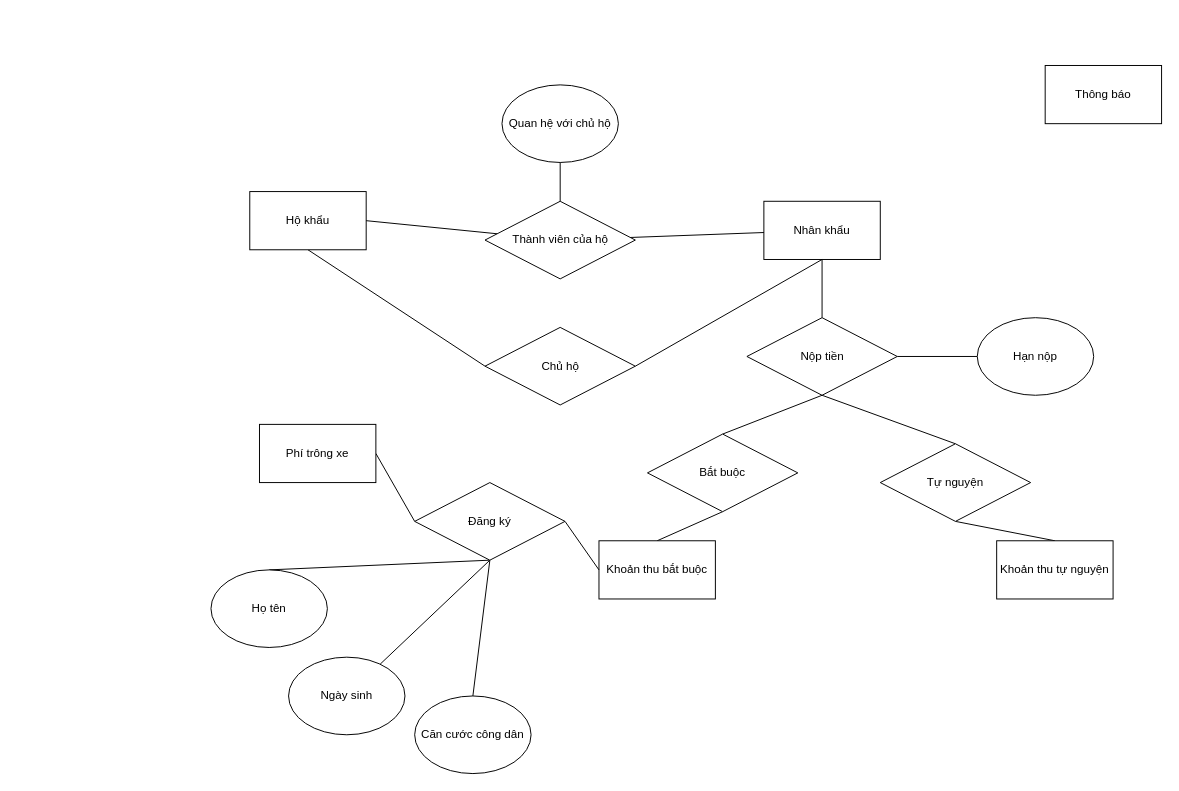
This is ERD.drawio from HARKINGS/UML, a draw.io file, before an edit. Source tidied: cells renumbered, new cells numbered last; positions are measured from the earlier drawing's top-left corner, leaving out a move shared by most shapes. Both pictures are drawn from the tidied source at 97%, with x=0, y=0 at pixel (210, 65).
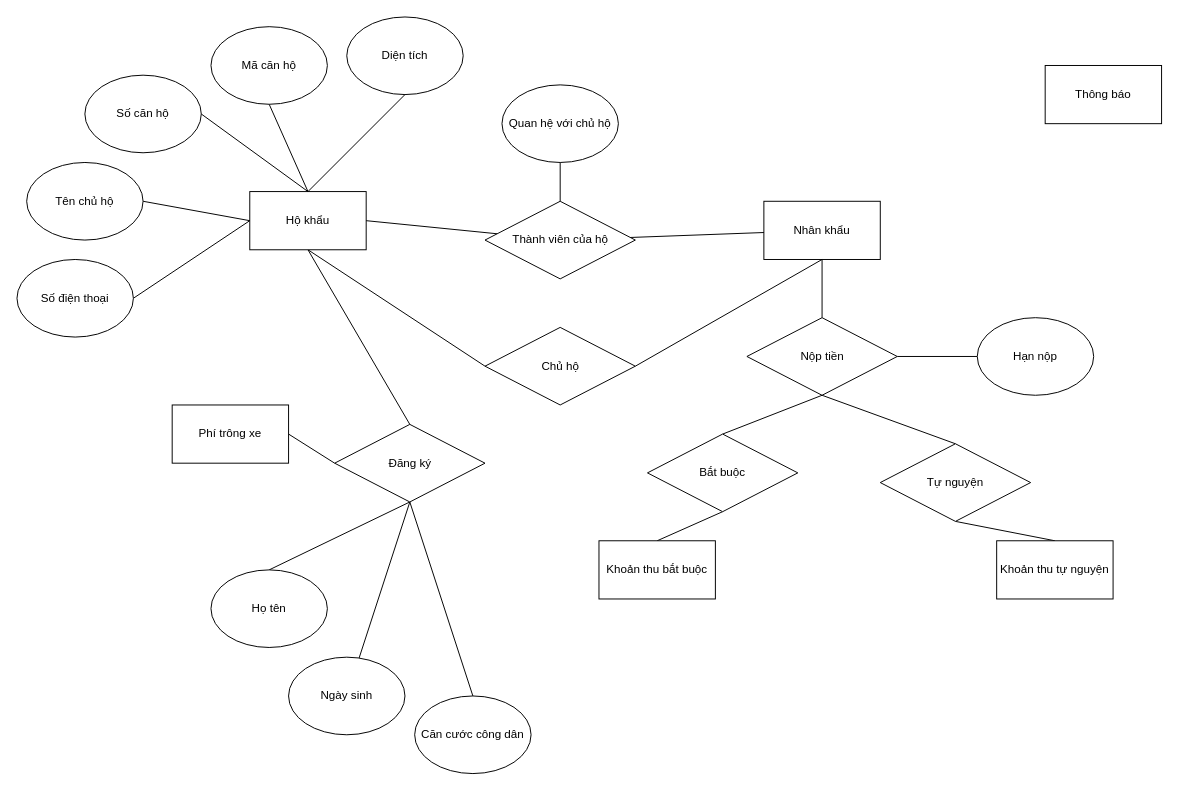
After the change.

Commit message (it also covers changes not shown here):
Cập nhật ERD.drawio

The change refers to these unchanged cells:
```xml
<mxCell id="3" value="Khoản thu bắt buộc" style="rounded=0;whiteSpace=wrap;html=1;" parent="1" vertex="1">
  <mxGeometry x="400" y="490" width="120" height="60" as="geometry" />
</mxCell>
<mxCell id="9" value="Hộ khẩu" style="rounded=0;whiteSpace=wrap;html=1;" parent="1" vertex="1">
  <mxGeometry x="40" y="130" width="120" height="60" as="geometry" />
</mxCell>
```

Change to the diagram source:
```diff
@@
+    <mxCell id="35" style="rounded=0;jettySize=auto;html=1;exitX=0.5;exitY=1;exitDx=0;exitDy=0;entryX=0.5;entryY=0;entryDx=0;entryDy=0;endArrow=none;endFill=0;" parent="1" edge="1" source="9" target="30">
+      <mxGeometry relative="1" as="geometry" />
+    </mxCell>
@@
     <mxCell id="12" value="Phí trông xe" style="rounded=0;whiteSpace=wrap;html=1;" parent="1" vertex="1">
-      <mxGeometry x="50" y="370" width="120" height="60" as="geometry" />
+      <mxGeometry x="-40" y="350" width="120" height="60" as="geometry" />
     </mxCell>
@@
-    <mxCell id="26" style="rounded=0;jettySize=auto;html=1;exitX=1;exitY=0.5;exitDx=0;exitDy=0;entryX=0;entryY=0.5;entryDx=0;entryDy=0;endArrow=none;endFill=0;" parent="1" edge="1" source="30" target="3">
-      <mxGeometry relative="1" as="geometry" />
-    </mxCell>
@@
     <mxCell id="30" value="Đăng ký" style="rhombus;whiteSpace=wrap;html=1;" parent="1" vertex="1">
-      <mxGeometry x="210" y="430" width="155" height="80" as="geometry" />
+      <mxGeometry x="127.5" y="370" width="155" height="80" as="geometry" />
     </mxCell>
@@
+    <mxCell id="36" style="rounded=0;jettySize=auto;html=1;exitX=0.5;exitY=1;exitDx=0;exitDy=0;entryX=0.5;entryY=0;entryDx=0;entryDy=0;endArrow=none;endFill=0;" parent="1" edge="1" source="37" target="9">
+      <mxGeometry relative="1" as="geometry" />
+    </mxCell>
+    <mxCell id="37" value="Mã căn hộ" style="ellipse;whiteSpace=wrap;html=1;" parent="1" vertex="1">
+      <mxGeometry y="-40" width="120" height="80" as="geometry" />
+    </mxCell>
+    <mxCell id="38" style="rounded=0;jettySize=auto;html=1;exitX=0.5;exitY=1;exitDx=0;exitDy=0;entryX=0.5;entryY=0;entryDx=0;entryDy=0;endArrow=none;endFill=0;" parent="1" edge="1" source="39" target="9">
+      <mxGeometry relative="1" as="geometry" />
+    </mxCell>
+    <mxCell id="39" value="Diện tích" style="ellipse;whiteSpace=wrap;html=1;" parent="1" vertex="1">
+      <mxGeometry x="140" y="-50" width="120" height="80" as="geometry" />
+    </mxCell>
+    <mxCell id="40" style="rounded=0;jettySize=auto;html=1;exitX=1;exitY=0.5;exitDx=0;exitDy=0;entryX=0.5;entryY=0;entryDx=0;entryDy=0;endArrow=none;endFill=0;" parent="1" edge="1" source="41" target="9">
+      <mxGeometry relative="1" as="geometry" />
+    </mxCell>
+    <mxCell id="41" value="Số căn hộ" style="ellipse;whiteSpace=wrap;html=1;" parent="1" vertex="1">
+      <mxGeometry x="-130" y="10" width="120" height="80" as="geometry" />
+    </mxCell>
+    <mxCell id="42" style="rounded=0;jettySize=auto;html=1;exitX=1;exitY=0.5;exitDx=0;exitDy=0;entryX=0;entryY=0.5;entryDx=0;entryDy=0;endArrow=none;endFill=0;" parent="1" edge="1" source="43" target="9">
+      <mxGeometry relative="1" as="geometry" />
+    </mxCell>
+    <mxCell id="43" value="Số điện thoại" style="ellipse;whiteSpace=wrap;html=1;" parent="1" vertex="1">
+      <mxGeometry x="-200" y="200" width="120" height="80" as="geometry" />
+    </mxCell>
+    <mxCell id="44" style="rounded=0;jettySize=auto;html=1;exitX=1;exitY=0.5;exitDx=0;exitDy=0;entryX=0;entryY=0.5;entryDx=0;entryDy=0;endArrow=none;endFill=0;" parent="1" edge="1" source="45" target="9">
+      <mxGeometry relative="1" as="geometry" />
+    </mxCell>
+    <mxCell id="45" value="Tên chủ hộ" style="ellipse;whiteSpace=wrap;html=1;" parent="1" vertex="1">
+      <mxGeometry x="-190" y="100" width="120" height="80" as="geometry" />
+    </mxCell>
```
